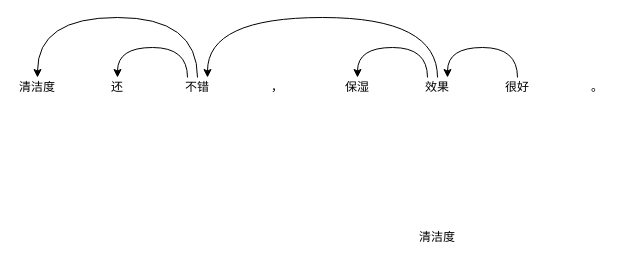
This is DependencyTree.drawio from yesxiaoyu/H5, a draw.io file, before an edit. Source tidied: cells renumbered, new cells numbered last; positions are measured from the earlier drawing's top-left corner, leaving out a move shared by most shapes. Both pictures are drawn from the tidied source at 100%, with x=0, y=0 at pixel (17, 17).
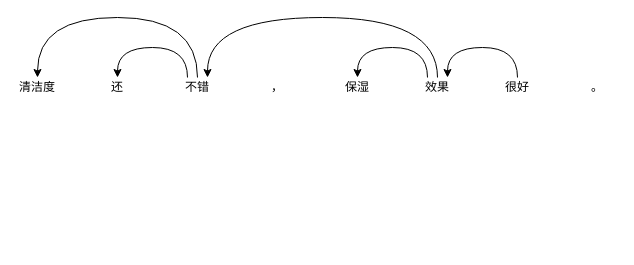
Above is the later version.

What changed in the source:
```diff
@@
-    <mxCell id="11" value="清洁度" style="text;html=1;strokeColor=none;fillColor=none;align=center;verticalAlign=middle;whiteSpace=wrap;rounded=0;" parent="1" vertex="1">
-      <mxGeometry x="400" y="210" width="40" height="20" as="geometry" />
-    </mxCell>
```
